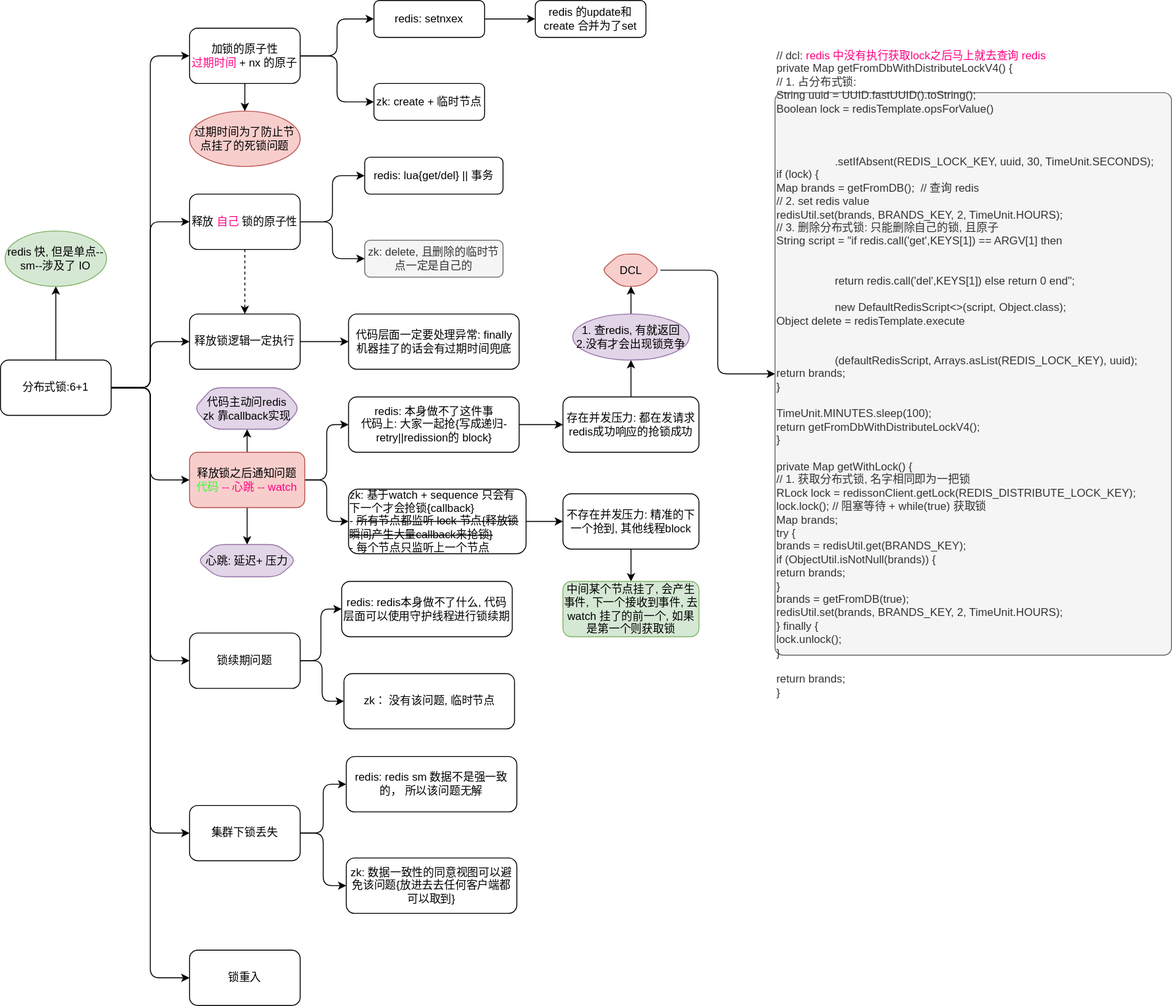
Earlier version of the draw.io export diagrams/dist/01.dist-lock.svg (Alice52/diagrams). Source tidied: cells renumbered, new cells last; positions are measured from the earlier drawing's top-left corner, leaving out a move shared by most shapes.
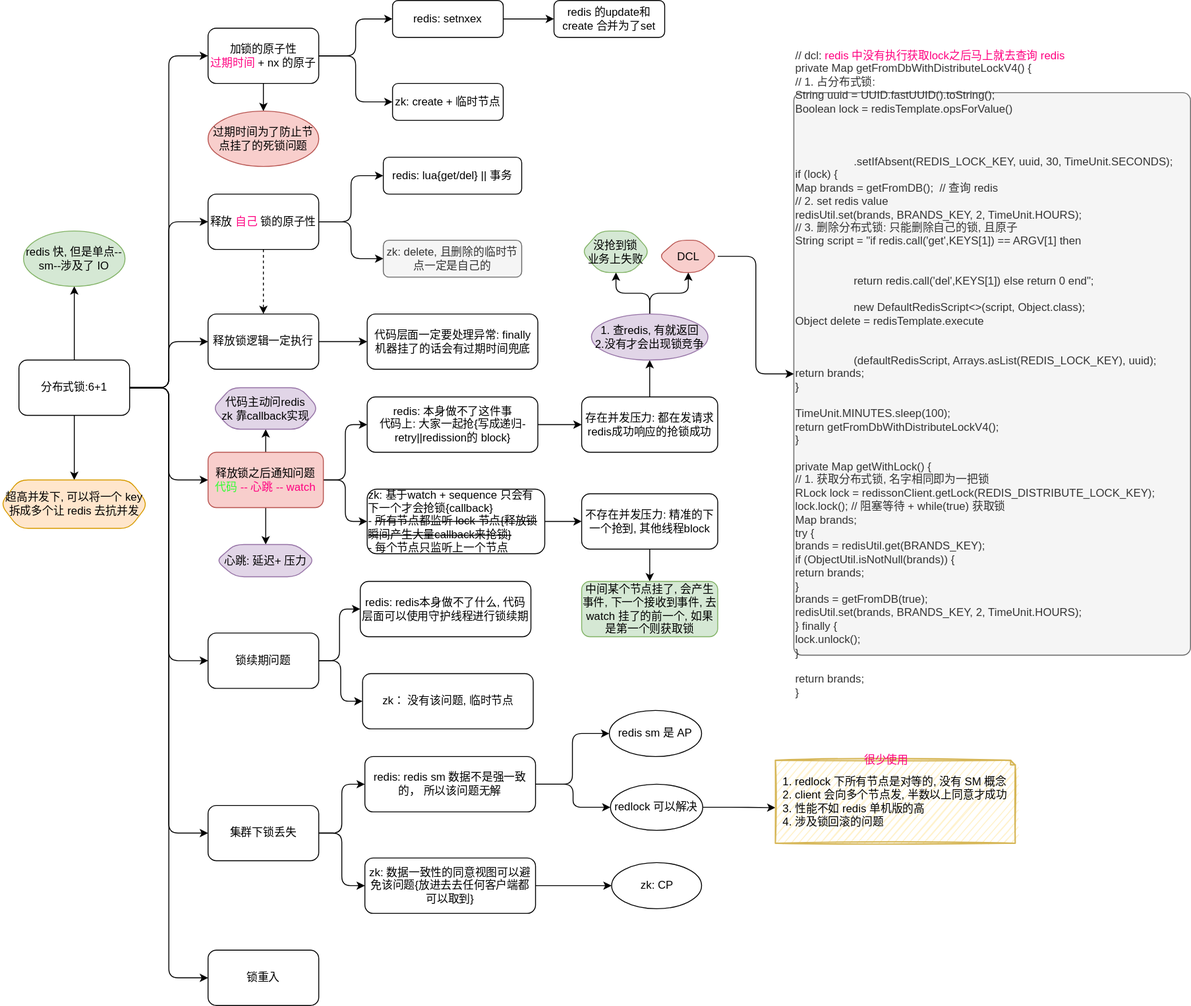
Above is the later version.

Commit message:
dist: add redlock explain

Diff of the diagram source:
```diff
@@ -26,6 +26,9 @@
     <mxCell id="9" style="edgeStyle=orthogonalEdgeStyle;rounded=1;jettySize=auto;html=1;exitX=1;exitY=0.5;exitDx=0;exitDy=0;entryX=0;entryY=0.5;entryDx=0;entryDy=0;" parent="1" edge="1" source="10" target="38">
       <mxGeometry relative="1" as="geometry" />
     </mxCell>
+    <mxCell id="62" style="edgeStyle=orthogonalEdgeStyle;rounded=0;jettySize=auto;html=1;" parent="1" edge="1" source="10" target="67">
+      <mxGeometry relative="1" as="geometry" />
+    </mxCell>
     <mxCell id="10" value="分布式锁:6+1" style="rounded=1;whiteSpace=wrap;html=1;" parent="1" vertex="1">
       <mxGeometry y="390" width="120" height="60" as="geometry" />
     </mxCell>
@@ -119,9 +122,18 @@
     <mxCell id="40" value="zk： 没有该问题, 临时节点" style="rounded=1;whiteSpace=wrap;html=1;" parent="1" vertex="1">
       <mxGeometry x="372.5" y="730" width="185" height="60" as="geometry" />
     </mxCell>
+    <mxCell id="63" style="edgeStyle=orthogonalEdgeStyle;rounded=1;jettySize=auto;html=1;" parent="1" edge="1" source="41" target="69">
+      <mxGeometry relative="1" as="geometry" />
+    </mxCell>
+    <mxCell id="64" style="edgeStyle=orthogonalEdgeStyle;rounded=1;jettySize=auto;html=1;exitX=1;exitY=0.5;exitDx=0;exitDy=0;" parent="1" edge="1" source="41" target="72">
+      <mxGeometry relative="1" as="geometry" />
+    </mxCell>
     <mxCell id="41" value="redis: redis sm 数据不是强一致的， 所以该问题无解" style="rounded=1;whiteSpace=wrap;html=1;" parent="1" vertex="1">
       <mxGeometry x="375" y="820" width="185" height="60" as="geometry" />
     </mxCell>
+    <mxCell id="65" style="edgeStyle=orthogonalEdgeStyle;rounded=1;jettySize=auto;html=1;" parent="1" edge="1" source="42" target="70">
+      <mxGeometry relative="1" as="geometry" />
+    </mxCell>
     <mxCell id="42" value="zk: 数据一致性的同意视图可以避免该问题{放进去去任何客户端都可以取到}" style="rounded=1;whiteSpace=wrap;html=1;" parent="1" vertex="1">
       <mxGeometry x="375" y="930" width="185" height="60" as="geometry" />
     </mxCell>
@@ -161,6 +173,9 @@
     <mxCell id="54" style="edgeStyle=orthogonalEdgeStyle;rounded=1;jettySize=auto;html=1;" parent="1" edge="1" source="55" target="57">
       <mxGeometry relative="1" as="geometry" />
     </mxCell>
+    <mxCell id="66" style="edgeStyle=orthogonalEdgeStyle;rounded=1;jettySize=auto;html=1;entryX=0.5;entryY=1;entryDx=0;entryDy=0;" parent="1" edge="1" source="55" target="68">
+      <mxGeometry relative="1" as="geometry" />
+    </mxCell>
     <mxCell id="55" value="1. 查redis, 有就返回&lt;br&gt;2.没有才会出现锁竞争" style="ellipse;whiteSpace=wrap;html=1;rounded=1;fillColor=#e1d5e7;strokeColor=#9673a6;" parent="1" vertex="1">
       <mxGeometry x="620.6" y="340" width="126.2" height="50" as="geometry" />
     </mxCell>
@@ -168,7 +183,7 @@
       <mxGeometry relative="1" as="geometry" />
     </mxCell>
     <mxCell id="57" value="DCL" style="shape=hexagon;perimeter=hexagonPerimeter2;whiteSpace=wrap;html=1;fixedSize=1;rounded=1;strokeColor=#b85450;fillColor=#f8cecc;" parent="1" vertex="1">
-      <mxGeometry x="651.9" y="275" width="63.8" height="35" as="geometry" />
+      <mxGeometry x="693.7" y="260" width="63.8" height="35" as="geometry" />
     </mxCell>
     <mxCell id="58" value="&lt;div&gt;// dcl:&amp;nbsp;&lt;font color=&quot;#ff0080&quot;&gt;redis 中没有执行获取lock之后马上就去查询 redis&lt;/font&gt;&lt;span&gt;&lt;br&gt;&lt;/span&gt;&lt;/div&gt;&lt;div&gt;&lt;span&gt;private Map getFromDbWithDistributeLockV4() {&lt;/span&gt;&lt;br&gt;&lt;/div&gt;&lt;div&gt;&amp;nbsp; &amp;nbsp; // 1. 占分布式锁:&lt;/div&gt;&lt;div&gt;&amp;nbsp; &amp;nbsp; String uuid = UUID.fastUUID().toString();&lt;/div&gt;&lt;div&gt;&amp;nbsp; &amp;nbsp; Boolean lock = redisTemplate.opsForValue()&lt;/div&gt;&lt;div&gt;&lt;span style=&quot;white-space: pre&quot;&gt;&#9;&lt;span style=&quot;white-space: pre&quot;&gt;&#9;&lt;/span&gt;&lt;/span&gt;.setIfAbsent(REDIS_LOCK_KEY, uuid, 30, TimeUnit.SECONDS);&lt;/div&gt;&lt;div&gt;&amp;nbsp; &amp;nbsp; if (lock) {&lt;/div&gt;&lt;div&gt;&amp;nbsp; &amp;nbsp; &amp;nbsp; &amp;nbsp; Map brands = getFromDB();&amp;nbsp; // 查询 redis&amp;nbsp;&lt;/div&gt;&lt;div&gt;&amp;nbsp; &amp;nbsp; &amp;nbsp; &amp;nbsp; // 2. set redis value&lt;/div&gt;&lt;div&gt;&amp;nbsp; &amp;nbsp; &amp;nbsp; &amp;nbsp; redisUtil.set(brands, BRANDS_KEY, 2, TimeUnit.HOURS);&lt;/div&gt;&lt;div&gt;&amp;nbsp; &amp;nbsp; &amp;nbsp; &amp;nbsp; // 3. 删除分布式锁: 只能删除自己的锁, 且原子&lt;/div&gt;&lt;div&gt;&amp;nbsp; &amp;nbsp; &amp;nbsp; &amp;nbsp; String script = &quot;if redis.call('get',KEYS[1]) == ARGV[1] then&amp;nbsp;&lt;/div&gt;&lt;div&gt;&lt;span style=&quot;white-space: pre&quot;&gt;&#9;&lt;/span&gt;&lt;span style=&quot;white-space: pre&quot;&gt;&#9;&lt;/span&gt;return redis.call('del',KEYS[1]) else return 0 end&quot;;&amp;nbsp;&lt;/div&gt;&lt;div&gt;&lt;span style=&quot;white-space: pre&quot;&gt;&#9;&lt;/span&gt;&amp;nbsp; &amp;nbsp; &amp;nbsp; &amp;nbsp; &amp;nbsp; &amp;nbsp; new DefaultRedisScript&amp;lt;&amp;gt;(script, Object.class);&lt;/div&gt;&lt;div&gt;&amp;nbsp; &amp;nbsp; &amp;nbsp; &amp;nbsp; Object delete = redisTemplate.execute&lt;/div&gt;&lt;div&gt;&lt;span style=&quot;white-space: pre&quot;&gt;&#9;&lt;/span&gt;&lt;span style=&quot;white-space: pre&quot;&gt;&#9;&lt;/span&gt;(defaultRedisScript, Arrays.asList(REDIS_LOCK_KEY), uuid);&lt;/div&gt;&lt;div&gt;&amp;nbsp; &amp;nbsp; &amp;nbsp; &amp;nbsp; return brands;&lt;/div&gt;&lt;div&gt;&amp;nbsp; &amp;nbsp; }&lt;/div&gt;&lt;div&gt;&lt;br&gt;&lt;/div&gt;&lt;div&gt;&amp;nbsp; &amp;nbsp; TimeUnit.MINUTES.sleep(100);&lt;/div&gt;&lt;div&gt;&amp;nbsp; &amp;nbsp; return getFromDbWithDistributeLockV4();&lt;/div&gt;&lt;div&gt;}&lt;/div&gt;&lt;div&gt;&lt;br&gt;&lt;/div&gt;&lt;div&gt;private Map getWithLock() {&lt;/div&gt;&lt;div&gt;&amp;nbsp; &amp;nbsp; // 1. 获取分布式锁, 名字相同即为一把锁&lt;/div&gt;&lt;div&gt;&amp;nbsp; &amp;nbsp; RLock lock = redissonClient.getLock(REDIS_DISTRIBUTE_LOCK_KEY);&lt;/div&gt;&lt;div&gt;&amp;nbsp; &amp;nbsp; lock.lock(); // 阻塞等待 + while(true) 获取锁&lt;/div&gt;&lt;div&gt;&amp;nbsp; &amp;nbsp; Map brands;&lt;/div&gt;&lt;div&gt;&amp;nbsp; &amp;nbsp; try {&lt;/div&gt;&lt;div&gt;&amp;nbsp; &amp;nbsp; &amp;nbsp; &amp;nbsp; brands = redisUtil.get(BRANDS_KEY);&lt;/div&gt;&lt;div&gt;&amp;nbsp; &amp;nbsp; &amp;nbsp; &amp;nbsp; if (ObjectUtil.isNotNull(brands)) {&lt;/div&gt;&lt;div&gt;&amp;nbsp; &amp;nbsp; &amp;nbsp; &amp;nbsp; &amp;nbsp; &amp;nbsp; return brands;&lt;/div&gt;&lt;div&gt;&amp;nbsp; &amp;nbsp; &amp;nbsp; &amp;nbsp; }&lt;/div&gt;&lt;div&gt;&amp;nbsp; &amp;nbsp; &amp;nbsp; &amp;nbsp; brands = getFromDB(true);&lt;/div&gt;&lt;div&gt;&amp;nbsp; &amp;nbsp; &amp;nbsp; &amp;nbsp; redisUtil.set(brands, BRANDS_KEY, 2, TimeUnit.HOURS);&lt;/div&gt;&lt;div&gt;&amp;nbsp; &amp;nbsp; } finally {&lt;/div&gt;&lt;div&gt;&amp;nbsp; &amp;nbsp; &amp;nbsp; &amp;nbsp; lock.unlock();&lt;/div&gt;&lt;div&gt;&amp;nbsp; &amp;nbsp; }&lt;/div&gt;&lt;div&gt;&lt;br&gt;&lt;/div&gt;&lt;div&gt;&amp;nbsp; &amp;nbsp; return brands;&lt;/div&gt;&lt;div&gt;}&lt;/div&gt;" style="whiteSpace=wrap;html=1;rounded=1;strokeColor=#666666;fillColor=#f5f5f5;align=left;arcSize=2;fontColor=#333333;" parent="1" vertex="1">
       <mxGeometry x="840" y="100" width="430" height="610" as="geometry" />
@@ -182,5 +197,32 @@
     <mxCell id="61" value="中间某个节点挂了, 会产生事件, 下一个接收到事件, 去watch 挂了的前一个, 如果是第一个则获取锁" style="rounded=1;whiteSpace=wrap;html=1;fillColor=#d5e8d4;strokeColor=#82b366;" parent="1" vertex="1">
       <mxGeometry x="610" y="630" width="147.5" height="60" as="geometry" />
     </mxCell>
+    <mxCell id="67" value="超高并发下, 可以将一个 key 拆成多个让 redis 去抗并发" style="shape=hexagon;perimeter=hexagonPerimeter2;whiteSpace=wrap;html=1;fixedSize=1;rounded=1;strokeColor=#d79b00;fillColor=#ffe6cc;" parent="1" vertex="1">
+      <mxGeometry x="-20" y="520" width="160" height="52.5" as="geometry" />
+    </mxCell>
+    <mxCell id="68" value="没抢到锁&lt;br&gt;业务上失败" style="shape=hexagon;perimeter=hexagonPerimeter2;whiteSpace=wrap;html=1;fixedSize=1;rounded=1;strokeColor=#82b366;fillColor=#d5e8d4;" parent="1" vertex="1">
+      <mxGeometry x="610" y="250" width="74.4" height="45" as="geometry" />
+    </mxCell>
+    <mxCell id="69" value="redis sm 是 AP" style="ellipse;whiteSpace=wrap;html=1;rounded=1;" parent="1" vertex="1">
+      <mxGeometry x="640" y="770" width="100" height="50" as="geometry" />
+    </mxCell>
+    <mxCell id="70" value="zk: CP" style="ellipse;whiteSpace=wrap;html=1;rounded=1;" parent="1" vertex="1">
+      <mxGeometry x="642.5" y="935" width="97.5" height="50" as="geometry" />
+    </mxCell>
+    <mxCell id="71" style="edgeStyle=orthogonalEdgeStyle;rounded=1;jettySize=auto;html=1;entryX=0.004;entryY=0.57;entryDx=0;entryDy=0;entryPerimeter=0;" parent="1" edge="1" source="72" target="74">
+      <mxGeometry relative="1" as="geometry" />
+    </mxCell>
+    <mxCell id="72" value="redlock 可以解决" style="ellipse;whiteSpace=wrap;html=1;rounded=1;" parent="1" vertex="1">
+      <mxGeometry x="641.2" y="850" width="100" height="50" as="geometry" />
+    </mxCell>
+    <mxCell id="73" style="group;" parent="1" vertex="1">
+      <mxGeometry x="820" y="814" width="260" height="100" as="geometry" />
+    </mxCell>
+    <mxCell id="74" value="&lt;div style=&quot;color: rgb(0 , 0 , 0) ; font-size: 12px ; text-align: left&quot;&gt;1. redlock 下所有节点是对等的, 没有 SM 概念&lt;/div&gt;&lt;div style=&quot;color: rgb(0 , 0 , 0) ; font-size: 12px ; text-align: left&quot;&gt;2. client 会向多个节点发, 半数以上同意才成功&lt;/div&gt;&lt;div style=&quot;color: rgb(0 , 0 , 0) ; font-size: 12px ; text-align: left&quot;&gt;3. 性能不如 redis 单机版的高&lt;/div&gt;&lt;div style=&quot;color: rgb(0 , 0 , 0) ; font-size: 12px ; text-align: left&quot;&gt;4. 涉及锁回滚的问题&lt;/div&gt;" style="shape=note;strokeWidth=1.5;fontSize=14;size=5;whiteSpace=wrap;html=1;fillColor=#fff2cc;strokeColor=#d6b656;fontColor=#666600;perimeterSpacing=1;shadow=0;sketch=1;" parent="73" vertex="1">
+      <mxGeometry y="10" width="260" height="90" as="geometry" />
+    </mxCell>
+    <mxCell id="75" value="&lt;font color=&quot;#ff0080&quot;&gt;很少使用&lt;/font&gt;" style="text;html=1;align=center;verticalAlign=middle;strokeColor=none;" parent="73" vertex="1">
+      <mxGeometry x="90" width="60" height="20" as="geometry" />
+    </mxCell>
   </root>
 </mxGraphModel>
```
